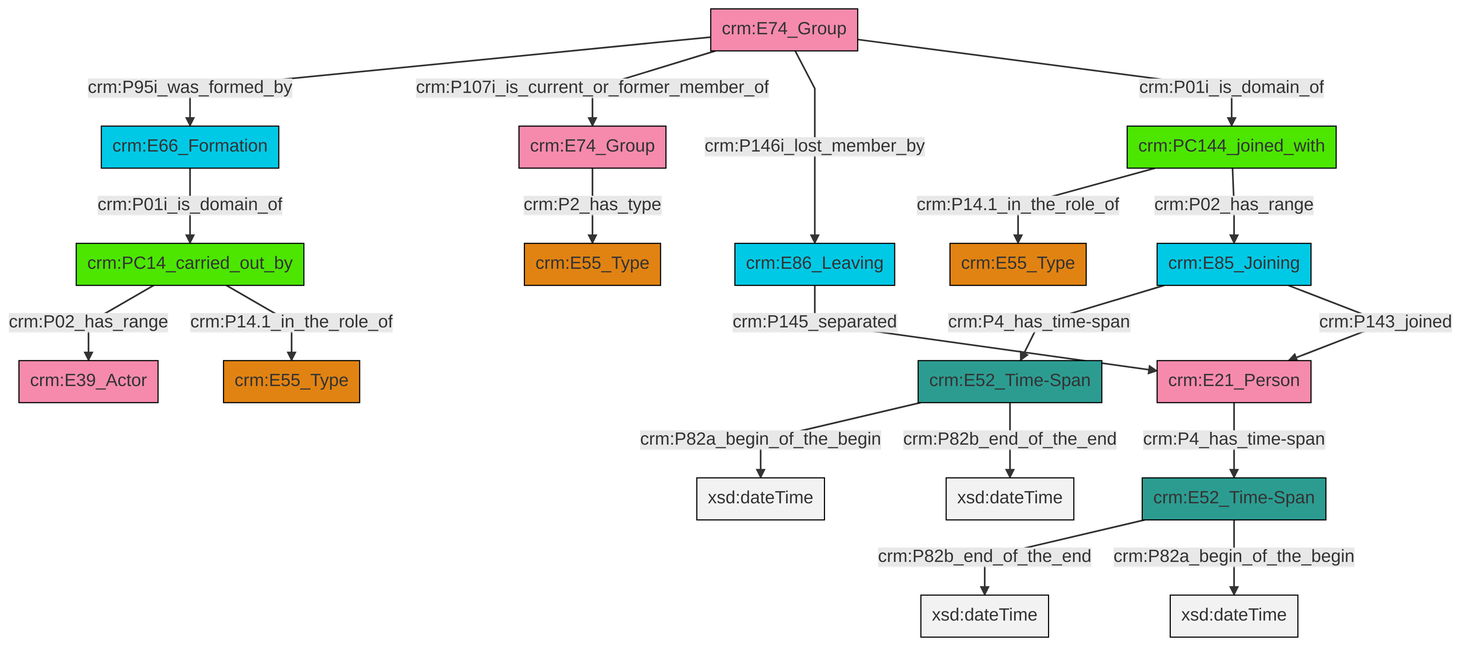
The Mermaid diagram et/groupCSV/ttl/mmd/png/group_actor_relations.png in swiss-art-research-net/docs.swissartresearch, before a commit. Its source is kept beside it as et/groupCSV/ttl/mmd/group_actor_relations.ttl.mmd.
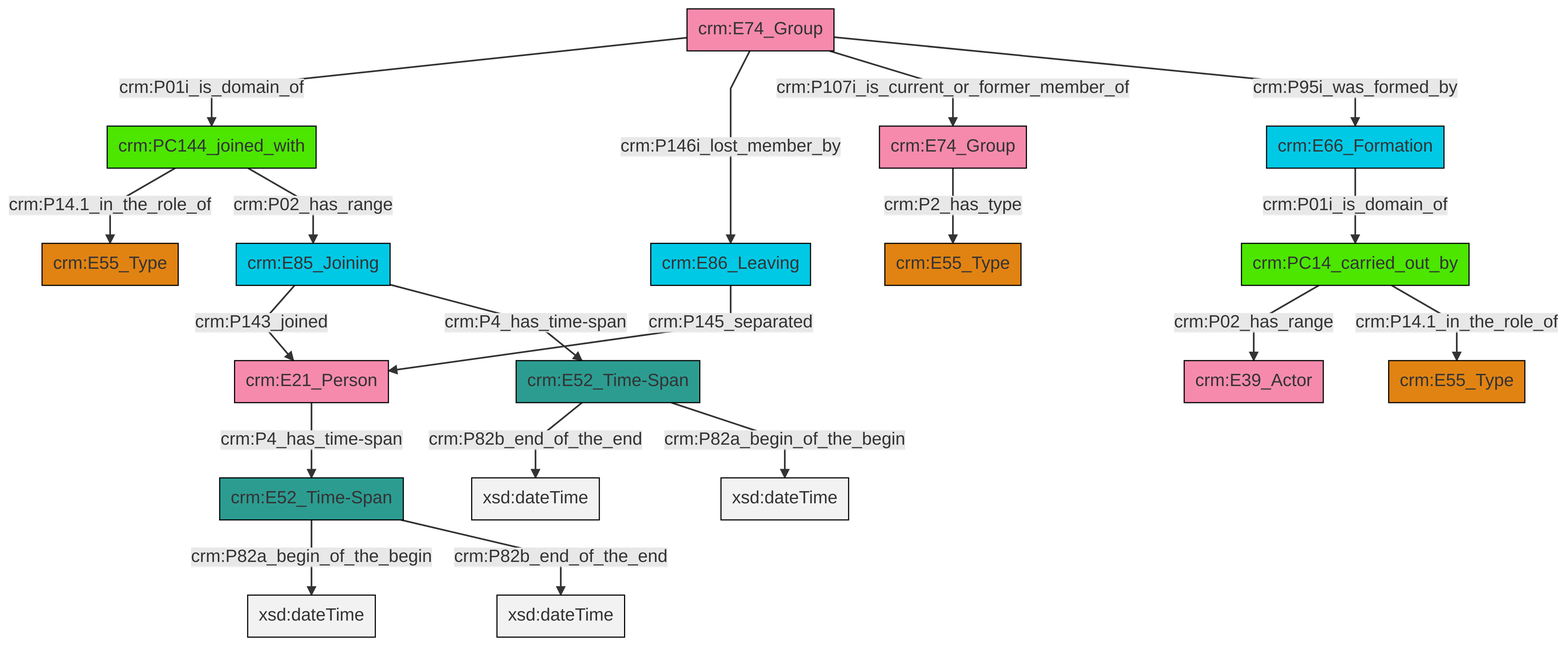
The same file after the commit.

Diff of the diagram source:
```diff
@@ -13,21 +13,21 @@
 classDef PC_Classes fill:#4ce600, stroke:#000000;
 classDef Multi fill:#cccccc,stroke:#000000;
 
-2["crm:E85_Joining"]:::Temporal_Entity -->|crm:P4_has_time-span| 3["crm:E52_Time-Span"]:::Time-Span
-4["crm:PC144_joined_with"]:::PC_Classes -->|crm:P14.1_in_the_role_of| 5["crm:E55_Type"]:::Type
-6["crm:E21_Person"]:::Actor -->|crm:P4_has_time-span| 7["crm:E52_Time-Span"]:::Time-Span
-8["crm:E74_Group"]:::Actor -->|crm:P95i_was_formed_by| 9["crm:E66_Formation"]:::Temporal_Entity
-11["crm:E86_Leaving"]:::Temporal_Entity -->|crm:P145_separated| 6["crm:E21_Person"]:::Actor
-9["crm:E66_Formation"]:::Temporal_Entity -->|crm:P01i_is_domain_of| 13["crm:PC14_carried_out_by"]:::PC_Classes
-13["crm:PC14_carried_out_by"]:::PC_Classes -->|crm:P02_has_range| 14["crm:E39_Actor"]:::Actor
-4["crm:PC144_joined_with"]:::PC_Classes -->|crm:P02_has_range| 2["crm:E85_Joining"]:::Temporal_Entity
-13["crm:PC14_carried_out_by"]:::PC_Classes -->|crm:P14.1_in_the_role_of| 0["crm:E55_Type"]:::Type
-3["crm:E52_Time-Span"]:::Time-Span -->|crm:P82a_begin_of_the_begin| 23[xsd:dateTime]:::Literal
-8["crm:E74_Group"]:::Actor -->|crm:P107i_is_current_or_former_member_of| 25["crm:E74_Group"]:::Actor
-25["crm:E74_Group"]:::Actor -->|crm:P2_has_type| 19["crm:E55_Type"]:::Type
-8["crm:E74_Group"]:::Actor -->|crm:P146i_lost_member_by| 11["crm:E86_Leaving"]:::Temporal_Entity
-7["crm:E52_Time-Span"]:::Time-Span -->|crm:P82b_end_of_the_end| 30[xsd:dateTime]:::Literal
-2["crm:E85_Joining"]:::Temporal_Entity -->|crm:P143_joined| 6["crm:E21_Person"]:::Actor
-8["crm:E74_Group"]:::Actor -->|crm:P01i_is_domain_of| 4["crm:PC144_joined_with"]:::PC_Classes
-3["crm:E52_Time-Span"]:::Time-Span -->|crm:P82b_end_of_the_end| 32[xsd:dateTime]:::Literal
-7["crm:E52_Time-Span"]:::Time-Span -->|crm:P82a_begin_of_the_begin| 33[xsd:dateTime]:::Literal
+0["crm:E85_Joining"]:::Temporal_Entity -->|crm:P143_joined| 4["crm:E21_Person"]:::Actor
+8["crm:PC14_carried_out_by"]:::PC_Classes -->|crm:P02_has_range| 9["crm:E39_Actor"]:::Actor
+12["crm:E74_Group"]:::Actor -->|crm:P01i_is_domain_of| 13["crm:PC144_joined_with"]:::PC_Classes
+17["crm:E52_Time-Span"]:::Time-Span -->|crm:P82b_end_of_the_end| 18[xsd:dateTime]:::Literal
+8["crm:PC14_carried_out_by"]:::PC_Classes -->|crm:P14.1_in_the_role_of| 15["crm:E55_Type"]:::Type
+10["crm:E52_Time-Span"]:::Time-Span -->|crm:P82a_begin_of_the_begin| 27[xsd:dateTime]:::Literal
+24["crm:E66_Formation"]:::Temporal_Entity -->|crm:P01i_is_domain_of| 8["crm:PC14_carried_out_by"]:::PC_Classes
+6["crm:E86_Leaving"]:::Temporal_Entity -->|crm:P145_separated| 4["crm:E21_Person"]:::Actor
+13["crm:PC144_joined_with"]:::PC_Classes -->|crm:P14.1_in_the_role_of| 22["crm:E55_Type"]:::Type
+4["crm:E21_Person"]:::Actor -->|crm:P4_has_time-span| 10["crm:E52_Time-Span"]:::Time-Span
+13["crm:PC144_joined_with"]:::PC_Classes -->|crm:P02_has_range| 0["crm:E85_Joining"]:::Temporal_Entity
+12["crm:E74_Group"]:::Actor -->|crm:P146i_lost_member_by| 6["crm:E86_Leaving"]:::Temporal_Entity
+10["crm:E52_Time-Span"]:::Time-Span -->|crm:P82b_end_of_the_end| 30[xsd:dateTime]:::Literal
+12["crm:E74_Group"]:::Actor -->|crm:P107i_is_current_or_former_member_of| 2["crm:E74_Group"]:::Actor
+12["crm:E74_Group"]:::Actor -->|crm:P95i_was_formed_by| 24["crm:E66_Formation"]:::Temporal_Entity
+2["crm:E74_Group"]:::Actor -->|crm:P2_has_type| 20["crm:E55_Type"]:::Type
+0["crm:E85_Joining"]:::Temporal_Entity -->|crm:P4_has_time-span| 17["crm:E52_Time-Span"]:::Time-Span
+17["crm:E52_Time-Span"]:::Time-Span -->|crm:P82a_begin_of_the_begin| 34[xsd:dateTime]:::Literal
```
